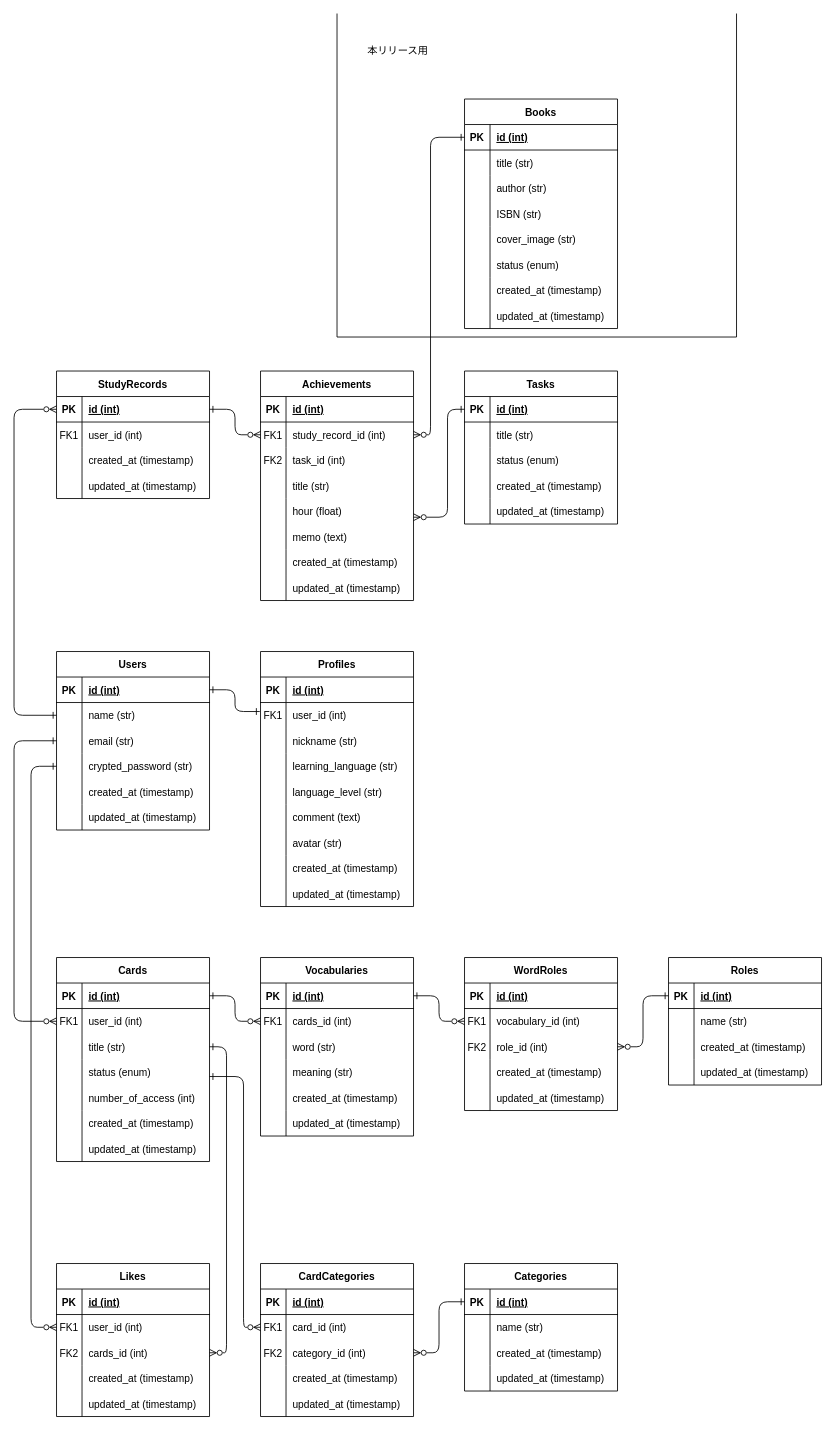
Earlier version of the draw.io diagram table.drawio (TaikiSakai/linGuardia). Source tidied: cells renumbered, new cells numbered last; positions are measured from the earlier drawing's top-left corner, leaving out a move shared by most shapes. Both pictures are drawn from the tidied source at 85%, with x=0, y=0 at pixel (14, 14).
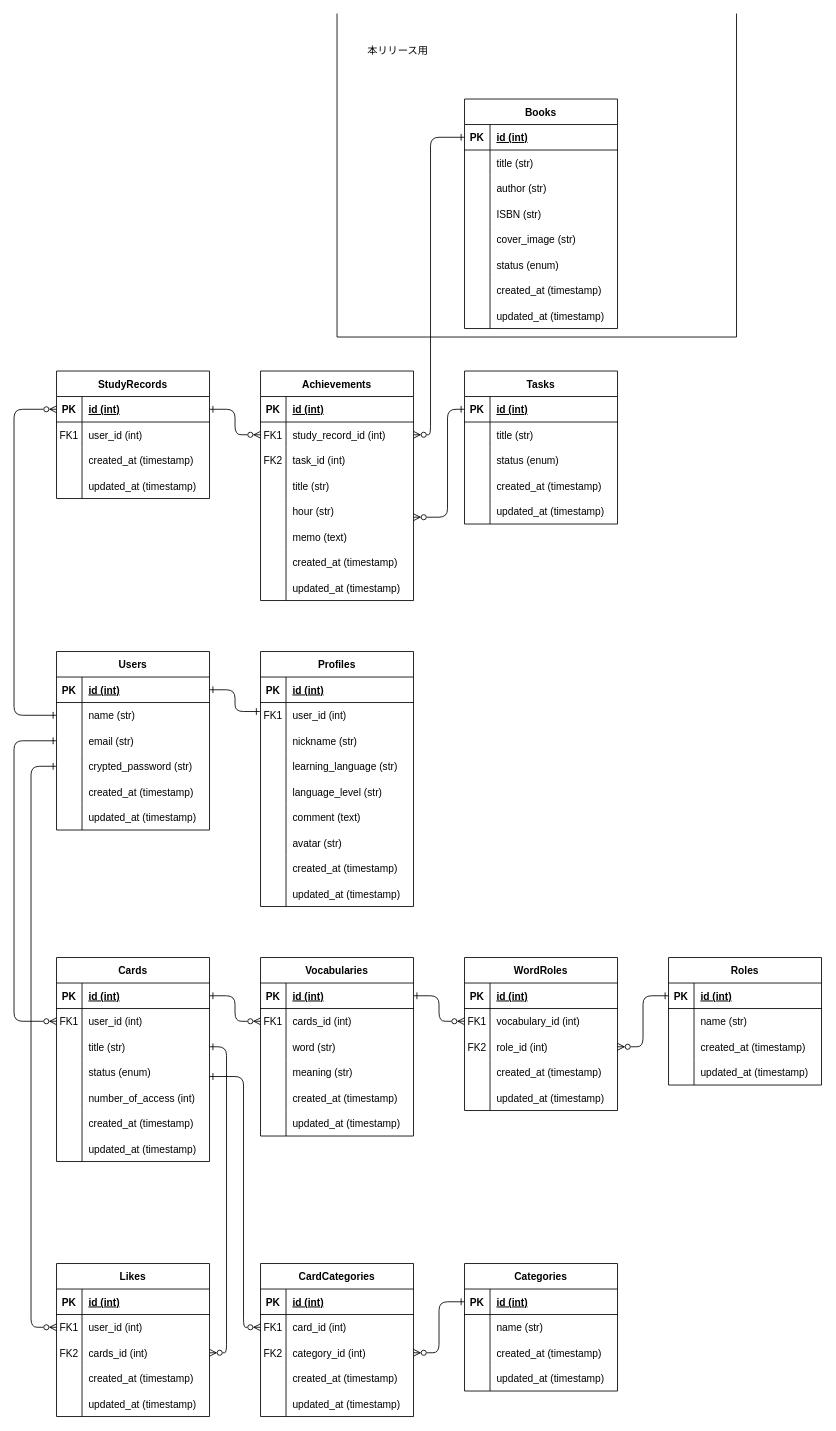
The same diagram, later.

The change refers to these unchanged cells:
```xml
<mxCell id="167" style="shape=tableRow;horizontal=0;startSize=0;swimlaneHead=0;swimlaneBody=0;fillColor=none;points=[[0,0.5],[1,0.5]];portConstraint=eastwest;top=0;left=0;right=0;bottom=0;" parent="154" vertex="1">
  <mxGeometry y="150" width="180" height="30" as="geometry" />
</mxCell>
```

Change to the diagram source:
```diff
@@
-    <mxCell id="169" value="hour (float)" style="shape=partialRectangle;top=0;left=0;bottom=0;right=0;align=left;spacingLeft=6;overflow=hidden;fillColor=none;strokeColor=#d6b656;" parent="167" vertex="1">
+    <mxCell id="169" value="hour (str)" style="shape=partialRectangle;top=0;left=0;bottom=0;right=0;align=left;spacingLeft=6;overflow=hidden;fillColor=none;strokeColor=#d6b656;" parent="167" vertex="1">
       <mxGeometry x="30" width="150" height="30" as="geometry" />
     </mxCell>
```
